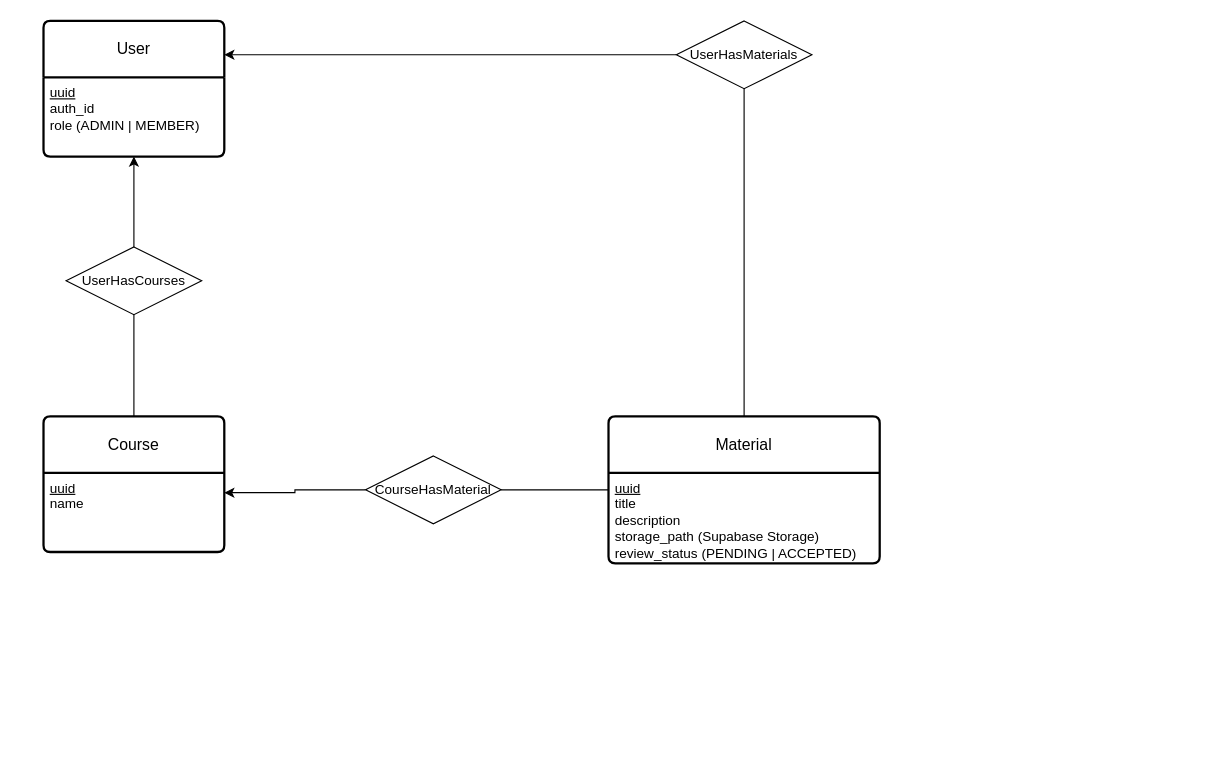
Above: docs/er.drawio in neei-aaualg/NEEI-Box (draw.io), before the change. Source tidied: cells renumbered, new cells numbered last; positions are measured from the earlier drawing's top-left corner, leaving out a move shared by most shapes. Both pictures are drawn from the tidied source at 113%, with x=0, y=0 at pixel (43, 20).
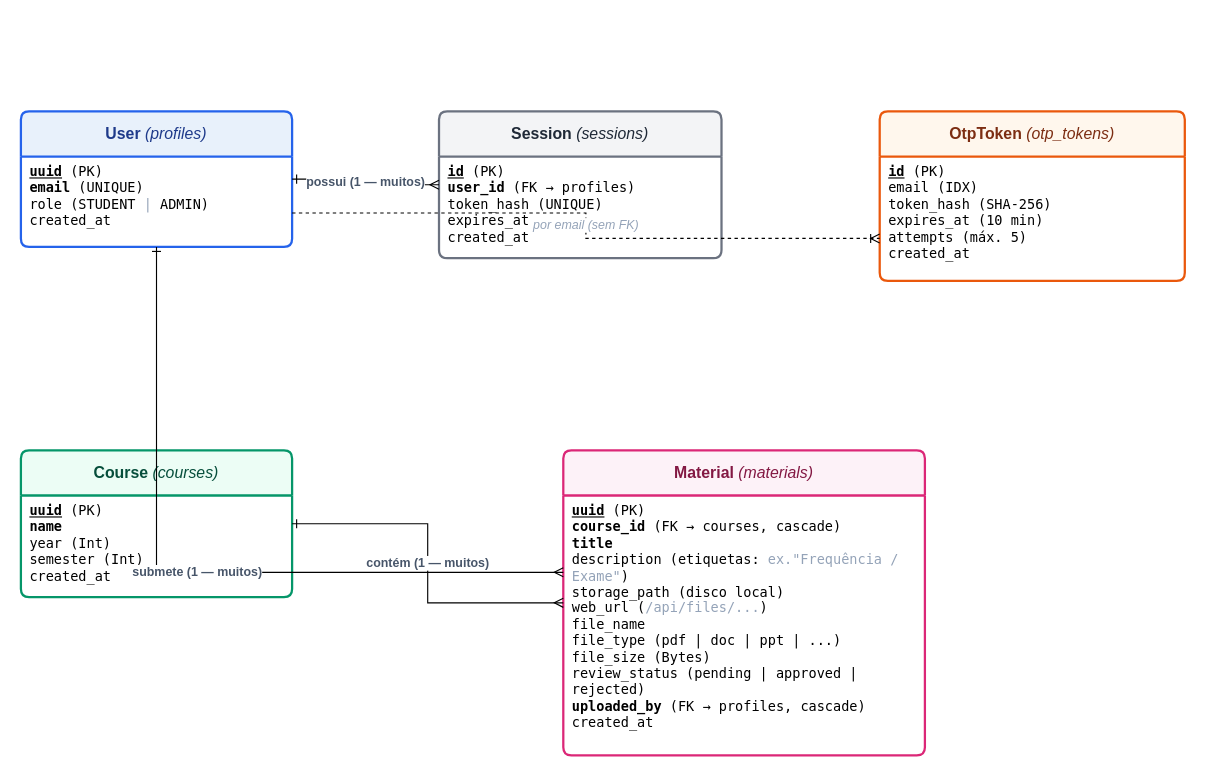
The same diagram, later.

Commit message (it also covers changes not shown here):
docs: rewrite README with architecture and ER diagrams, decisions, and deployment guide

Diff of the diagram source:
```diff
@@
 <mxGraphModel>
   <root>
     <mxCell id="0" />
     <mxCell id="1" parent="0" />
-    <mxCell id="2" value="Course" style="swimlane;horizontal=1;startSize=50;rounded=1;fontSize=14;fontStyle=0;strokeWidth=2;shadow=0;dashed=0;align=center;arcSize=4;whiteSpace=wrap;html=1;" parent="1" vertex="1">
-      <mxGeometry y="350" width="160" height="120" as="geometry" />
-    </mxCell>
-    <mxCell id="3" value="&lt;div&gt;&lt;u&gt;uuid&lt;/u&gt;&lt;/div&gt;name" style="align=left;strokeColor=none;fillColor=none;spacingLeft=4;spacingRight=4;fontSize=12;verticalAlign=top;html=1;whiteSpace=wrap;" parent="2" vertex="1">
-      <mxGeometry y="50" width="160" height="70" as="geometry" />
-    </mxCell>
-    <mxCell id="4" value="Material" style="swimlane;horizontal=1;startSize=50;rounded=1;fontSize=14;fontStyle=0;strokeWidth=2;shadow=0;dashed=0;align=center;arcSize=4;whiteSpace=wrap;html=1;" parent="1" vertex="1">
-      <mxGeometry x="500" y="350" width="240" height="130" as="geometry" />
-    </mxCell>
-    <mxCell id="5" value="&lt;div&gt;&lt;u&gt;uuid&lt;/u&gt;&lt;/div&gt;title&lt;div&gt;description&lt;/div&gt;&lt;div&gt;storage_path (Supabase Storage)&lt;/div&gt;&lt;div&gt;review_status (PENDING | ACCEPTED&lt;span style=&quot;background-color: transparent; color: light-dark(rgb(0, 0, 0), rgb(255, 255, 255));&quot;&gt;)&lt;/span&gt;&lt;/div&gt;" style="align=left;strokeColor=none;fillColor=none;spacingLeft=4;spacingRight=4;fontSize=12;verticalAlign=top;html=1;whiteSpace=wrap;" parent="4" vertex="1">
-      <mxGeometry y="50" width="240" height="80" as="geometry" />
-    </mxCell>
-    <mxCell id="6" style="edgeStyle=orthogonalEdgeStyle;rounded=0;jettySize=auto;html=1;exitX=1;exitY=0.5;exitDx=0;exitDy=0;entryX=0;entryY=0.5;entryDx=0;entryDy=0;endArrow=none;endFill=0;" parent="1" edge="1" source="7" target="4">
-      <mxGeometry relative="1" as="geometry" />
-    </mxCell>
-    <mxCell id="7" value="CourseHasMaterial" style="shape=rhombus;perimeter=rhombusPerimeter;whiteSpace=wrap;html=1;align=center;" parent="1" vertex="1">
-      <mxGeometry x="285" y="385" width="120" height="60" as="geometry" />
-    </mxCell>
-    <mxCell id="8" style="edgeStyle=orthogonalEdgeStyle;rounded=0;jettySize=auto;html=1;exitX=1;exitY=0.25;exitDx=0;exitDy=0;entryX=0;entryY=0.5;entryDx=0;entryDy=0;startArrow=classic;startFill=1;endArrow=none;endFill=0;" parent="1" edge="1" source="3" target="7">
-      <mxGeometry relative="1" as="geometry" />
-    </mxCell>
-    <mxCell id="9" style="edgeStyle=orthogonalEdgeStyle;rounded=0;jettySize=auto;html=1;exitX=0.5;exitY=1;exitDx=0;exitDy=0;entryX=0.5;entryY=0;entryDx=0;entryDy=0;startArrow=classic;startFill=1;endArrow=none;endFill=0;" parent="1" edge="1" source="11" target="14">
-      <mxGeometry relative="1" as="geometry" />
-    </mxCell>
-    <mxCell id="10" style="edgeStyle=orthogonalEdgeStyle;rounded=0;jettySize=auto;html=1;exitX=1;exitY=0.25;exitDx=0;exitDy=0;entryX=0;entryY=0.5;entryDx=0;entryDy=0;endArrow=none;endFill=0;startArrow=classic;startFill=1;" parent="1" edge="1" source="11" target="16">
-      <mxGeometry relative="1" as="geometry" />
-    </mxCell>
-    <mxCell id="11" value="User" style="swimlane;horizontal=1;startSize=50;rounded=1;fontSize=14;fontStyle=0;strokeWidth=2;shadow=0;dashed=0;align=center;arcSize=4;whiteSpace=wrap;html=1;" parent="1" vertex="1">
-      <mxGeometry width="160" height="120" as="geometry" />
-    </mxCell>
-    <mxCell id="12" value="&lt;div&gt;&lt;u&gt;uuid&lt;/u&gt;&lt;/div&gt;&lt;div&gt;auth_id&lt;/div&gt;&lt;div&gt;role (ADMIN | MEMBER)&lt;/div&gt;" style="align=left;strokeColor=none;fillColor=none;spacingLeft=4;spacingRight=4;fontSize=12;verticalAlign=top;html=1;whiteSpace=wrap;" parent="11" vertex="1">
-      <mxGeometry y="50" width="160" height="70" as="geometry" />
-    </mxCell>
-    <mxCell id="13" style="edgeStyle=orthogonalEdgeStyle;rounded=0;jettySize=auto;html=1;exitX=0.5;exitY=1;exitDx=0;exitDy=0;endArrow=none;endFill=0;" parent="1" edge="1" source="14" target="2">
-      <mxGeometry relative="1" as="geometry" />
-    </mxCell>
-    <mxCell id="14" value="UserHasCourses" style="shape=rhombus;perimeter=rhombusPerimeter;whiteSpace=wrap;html=1;align=center;" parent="1" vertex="1">
-      <mxGeometry x="20" y="200" width="120" height="60" as="geometry" />
-    </mxCell>
-    <mxCell id="15" style="edgeStyle=orthogonalEdgeStyle;rounded=0;jettySize=auto;html=1;exitX=0.5;exitY=1;exitDx=0;exitDy=0;endArrow=none;endFill=0;" parent="1" edge="1" source="16" target="4">
-      <mxGeometry relative="1" as="geometry" />
-    </mxCell>
-    <mxCell id="16" value="UserHasMaterials" style="shape=rhombus;perimeter=rhombusPerimeter;whiteSpace=wrap;html=1;align=center;" parent="1" vertex="1">
-      <mxGeometry x="560" width="120" height="60" as="geometry" />
-    </mxCell>
+    <mxCell id="17" value="User &lt;i style=&quot;font-weight: normal;&quot;&gt;(profiles)&lt;/i&gt;" style="swimlane;horizontal=1;startSize=40;rounded=1;fontSize=14;fontStyle=1;strokeWidth=2;shadow=0;dashed=0;align=center;arcSize=6;whiteSpace=wrap;html=1;fillColor=#E8F1FB;strokeColor=#2563EB;fontColor=#1E3A8A;" parent="1" vertex="1">
+      <mxGeometry x="-20" y="80" width="240" height="120" as="geometry" />
+    </mxCell>
+    <mxCell id="18" value="&lt;div&gt;&lt;b&gt;&lt;u&gt;uuid&lt;/u&gt;&lt;/b&gt;  (PK)&lt;/div&gt;&lt;div&gt;&lt;b&gt;email&lt;/b&gt;  (UNIQUE)&lt;/div&gt;&lt;div&gt;role  (STUDENT &lt;span style=&quot;color:#94a3b8;&quot;&gt;|&lt;/span&gt; ADMIN)&lt;/div&gt;&lt;div&gt;created_at&lt;/div&gt;" style="align=left;strokeColor=none;fillColor=none;spacingLeft=6;spacingRight=6;fontSize=12;fontFamily=monospace;verticalAlign=top;html=1;whiteSpace=wrap;" parent="17" vertex="1">
+      <mxGeometry y="40" width="240" height="80" as="geometry" />
+    </mxCell>
+    <mxCell id="19" value="Session &lt;i style=&quot;font-weight: normal;&quot;&gt;(sessions)&lt;/i&gt;" style="swimlane;horizontal=1;startSize=40;rounded=1;fontSize=14;fontStyle=1;strokeWidth=2;shadow=0;dashed=0;align=center;arcSize=6;whiteSpace=wrap;html=1;fillColor=#F3F4F6;strokeColor=#6B7280;fontColor=#1F2937;" parent="1" vertex="1">
+      <mxGeometry x="350" y="80" width="250" height="130" as="geometry" />
+    </mxCell>
+    <mxCell id="20" value="&lt;div&gt;&lt;b&gt;&lt;u&gt;id&lt;/u&gt;&lt;/b&gt;  (PK)&lt;/div&gt;&lt;div&gt;&lt;b&gt;user_id&lt;/b&gt;  (FK → profiles)&lt;/div&gt;&lt;div&gt;token_hash  (UNIQUE)&lt;/div&gt;&lt;div&gt;expires_at&lt;/div&gt;&lt;div&gt;created_at&lt;/div&gt;" style="align=left;strokeColor=none;fillColor=none;spacingLeft=6;spacingRight=6;fontSize=12;fontFamily=monospace;verticalAlign=top;html=1;whiteSpace=wrap;" parent="19" vertex="1">
+      <mxGeometry y="40" width="250" height="90" as="geometry" />
+    </mxCell>
+    <mxCell id="21" value="OtpToken &lt;i style=&quot;font-weight: normal;&quot;&gt;(otp_tokens)&lt;/i&gt;" style="swimlane;horizontal=1;startSize=40;rounded=1;fontSize=14;fontStyle=1;strokeWidth=2;shadow=0;dashed=0;align=center;arcSize=6;whiteSpace=wrap;html=1;fillColor=#FFF7ED;strokeColor=#EA580C;fontColor=#7C2D12;" parent="1" vertex="1">
+      <mxGeometry x="740" y="80" width="270" height="150" as="geometry" />
+    </mxCell>
+    <mxCell id="22" value="&lt;div&gt;&lt;b&gt;&lt;u&gt;id&lt;/u&gt;&lt;/b&gt;  (PK)&lt;/div&gt;&lt;div&gt;email  (IDX)&lt;/div&gt;&lt;div&gt;token_hash  (SHA-256)&lt;/div&gt;&lt;div&gt;expires_at  (10 min)&lt;/div&gt;&lt;div&gt;attempts  (máx. 5)&lt;/div&gt;&lt;div&gt;created_at&lt;/div&gt;" style="align=left;strokeColor=none;fillColor=none;spacingLeft=6;spacingRight=6;fontSize=12;fontFamily=monospace;verticalAlign=top;html=1;whiteSpace=wrap;" parent="21" vertex="1">
+      <mxGeometry y="40" width="270" height="110" as="geometry" />
+    </mxCell>
+    <mxCell id="23" value="Course &lt;i style=&quot;font-weight: normal;&quot;&gt;(courses)&lt;/i&gt;" style="swimlane;horizontal=1;startSize=40;rounded=1;fontSize=14;fontStyle=1;strokeWidth=2;shadow=0;dashed=0;align=center;arcSize=6;whiteSpace=wrap;html=1;fillColor=#ECFDF5;strokeColor=#059669;fontColor=#064E3B;" parent="1" vertex="1">
+      <mxGeometry x="-20" y="380" width="240" height="130" as="geometry" />
+    </mxCell>
+    <mxCell id="24" value="&lt;div&gt;&lt;b&gt;&lt;u&gt;uuid&lt;/u&gt;&lt;/b&gt;  (PK)&lt;/div&gt;&lt;div&gt;&lt;b&gt;name&lt;/b&gt;&lt;/div&gt;&lt;div&gt;year  (Int)&lt;/div&gt;&lt;div&gt;semester  (Int)&lt;/div&gt;&lt;div&gt;created_at&lt;/div&gt;" style="align=left;strokeColor=none;fillColor=none;spacingLeft=6;spacingRight=6;fontSize=12;fontFamily=monospace;verticalAlign=top;html=1;whiteSpace=wrap;" parent="23" vertex="1">
+      <mxGeometry y="40" width="240" height="90" as="geometry" />
+    </mxCell>
+    <mxCell id="25" value="Material &lt;i style=&quot;font-weight: normal;&quot;&gt;(materials)&lt;/i&gt;" style="swimlane;horizontal=1;startSize=40;rounded=1;fontSize=14;fontStyle=1;strokeWidth=2;shadow=0;dashed=0;align=center;arcSize=6;whiteSpace=wrap;html=1;fillColor=#FDF2F8;strokeColor=#DB2777;fontColor=#831843;" parent="1" vertex="1">
+      <mxGeometry x="460" y="380" width="320" height="270" as="geometry" />
+    </mxCell>
+    <mxCell id="26" value="&lt;div&gt;&lt;b&gt;&lt;u&gt;uuid&lt;/u&gt;&lt;/b&gt;  (PK)&lt;/div&gt;&lt;div&gt;&lt;b&gt;course_id&lt;/b&gt;  (FK → courses, cascade)&lt;/div&gt;&lt;div&gt;&lt;b&gt;title&lt;/b&gt;&lt;/div&gt;&lt;div&gt;description  (etiquetas: &lt;span style=&quot;color:#94a3b8;&quot;&gt;ex.&quot;Frequência / Exame&quot;&lt;/span&gt;)&lt;/div&gt;&lt;div&gt;storage_path  (disco local)&lt;/div&gt;&lt;div&gt;web_url  (&lt;span style=&quot;color:#94a3b8;&quot;&gt;/api/files/...&lt;/span&gt;)&lt;/div&gt;&lt;div&gt;file_name&lt;/div&gt;&lt;div&gt;file_type  (pdf | doc | ppt | ...)&lt;/div&gt;&lt;div&gt;file_size  (Bytes)&lt;/div&gt;&lt;div&gt;review_status  (pending | approved | rejected)&lt;/div&gt;&lt;div&gt;&lt;b&gt;uploaded_by&lt;/b&gt;  (FK → profiles, cascade)&lt;/div&gt;&lt;div&gt;created_at&lt;/div&gt;" style="align=left;strokeColor=none;fillColor=none;spacingLeft=6;spacingRight=6;fontSize=12;fontFamily=monospace;verticalAlign=top;html=1;whiteSpace=wrap;" parent="25" vertex="1">
+      <mxGeometry y="40" width="320" height="230" as="geometry" />
+    </mxCell>
+    <mxCell id="27" value="submete (1 — muitos)" style="edgeStyle=orthogonalEdgeStyle;rounded=0;html=1;exitX=0.5;exitY=1;exitDx=0;exitDy=0;entryX=0;entryY=0.4;entryDx=0;entryDy=0;startArrow=ERone;startFill=0;endArrow=ERmany;endFill=0;fontSize=11;fontColor=#475569;fontStyle=1;labelBackgroundColor=#FFFFFF;" parent="1" edge="1" source="17" target="25">
+      <mxGeometry relative="1" as="geometry" />
+    </mxCell>
+    <mxCell id="28" value="contém (1 — muitos)" style="edgeStyle=orthogonalEdgeStyle;rounded=0;html=1;exitX=1;exitY=0.5;exitDx=0;exitDy=0;entryX=0;entryY=0.5;entryDx=0;entryDy=0;startArrow=ERone;startFill=0;endArrow=ERmany;endFill=0;fontSize=11;fontColor=#475569;fontStyle=1;labelBackgroundColor=#FFFFFF;" parent="1" edge="1" source="23" target="25">
+      <mxGeometry relative="1" as="geometry" />
+    </mxCell>
+    <mxCell id="29" value="possui (1 — muitos)" style="edgeStyle=orthogonalEdgeStyle;rounded=0;html=1;exitX=1;exitY=0.5;exitDx=0;exitDy=0;entryX=0;entryY=0.5;entryDx=0;entryDy=0;startArrow=ERone;startFill=0;endArrow=ERmany;endFill=0;fontSize=11;fontColor=#475569;fontStyle=1;labelBackgroundColor=#FFFFFF;" parent="1" edge="1" source="17" target="19">
+      <mxGeometry relative="1" as="geometry" />
+    </mxCell>
+    <mxCell id="30" value="por email (sem FK)" style="edgeStyle=orthogonalEdgeStyle;rounded=0;html=1;dashed=1;exitX=1;exitY=0.75;exitDx=0;exitDy=0;entryX=0;entryY=0.75;entryDx=0;entryDy=0;endArrow=ERoneToMany;endFill=0;fontSize=11;fontColor=#94A3B8;fontStyle=2;labelBackgroundColor=#FFFFFF;" parent="1" edge="1" source="17" target="21">
+      <mxGeometry relative="1" as="geometry" />
+    </mxCell>
   </root>
 </mxGraphModel>
```
